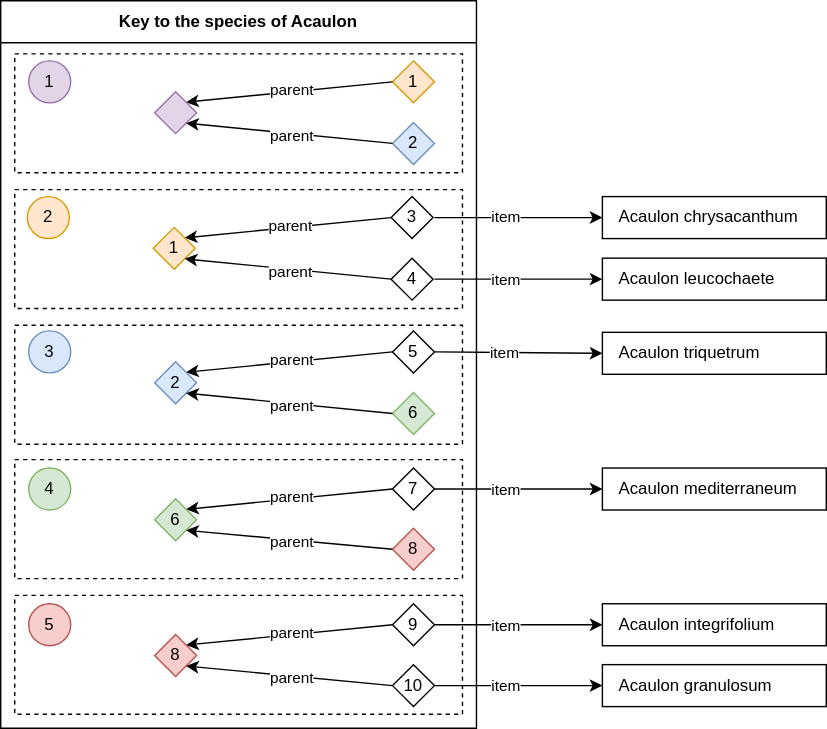
Earlier version of the draw.io export docs/media/bracketed-key.drawio.svg (rbgvictoria/keybase_model). Source tidied: cells renumbered, new cells last; positions are measured from the earlier drawing's top-left corner, leaving out a move shared by most shapes.
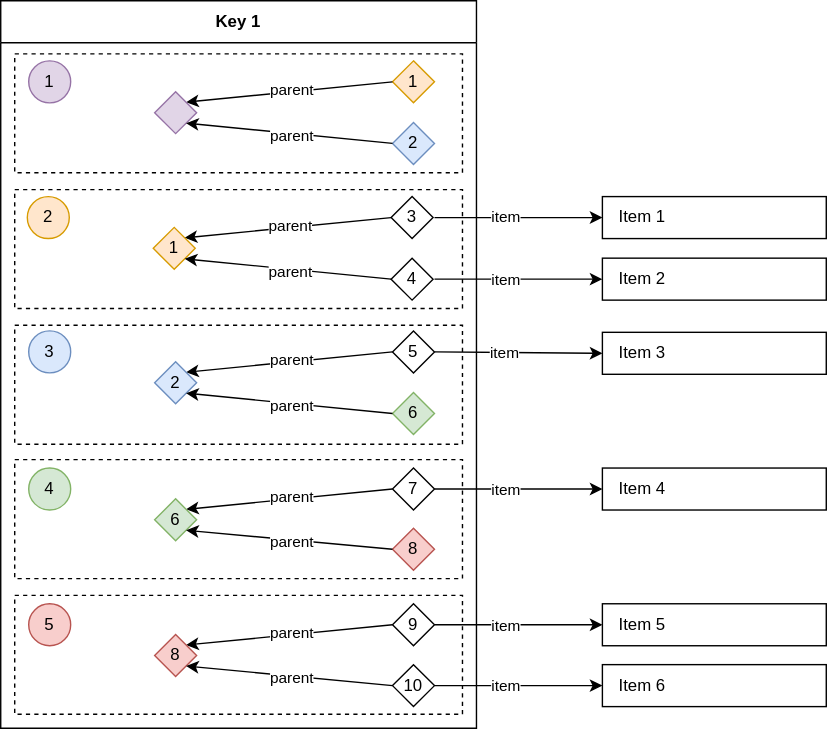
After the commit.

What changed in the source:
```diff
@@ -2,7 +2,7 @@
   <root>
     <mxCell id="0" />
     <mxCell id="1" parent="0" />
-    <mxCell id="2" value="Key to the species of Acaulon" style="swimlane;whiteSpace=wrap;html=1;startSize=30;" parent="1" vertex="1">
+    <mxCell id="2" value="Key 1" style="swimlane;whiteSpace=wrap;html=1;startSize=30;" parent="1" vertex="1">
       <mxGeometry width="340" height="520" as="geometry" />
     </mxCell>
     <mxCell id="3" style="rounded=0;whiteSpace=wrap;html=1;fillColor=none;dashed=1;" parent="2" vertex="1">
@@ -62,7 +62,7 @@
         <mxPoint x="-14" as="offset" />
       </mxGeometry>
     </mxCell>
-    <mxCell id="20" value="Acaulon chrysacanthum" style="rounded=0;whiteSpace=wrap;html=1;align=left;spacingLeft=10;strokeColor=default;fillColor=none;" parent="2" vertex="1">
+    <mxCell id="20" value="Item 1" style="rounded=0;whiteSpace=wrap;html=1;align=left;spacingLeft=10;strokeColor=default;fillColor=none;" parent="2" vertex="1">
       <mxGeometry x="430" y="140" width="160" height="30" as="geometry" />
     </mxCell>
     <mxCell id="21" style="endArrow=classic;html=1;rounded=0;entryX=0;entryY=0.5;entryDx=0;entryDy=0;" parent="2" edge="1" target="20">
@@ -89,7 +89,7 @@
         <mxPoint x="-14" as="offset" />
       </mxGeometry>
     </mxCell>
-    <mxCell id="27" value="Acaulon leucochaete" style="rounded=0;whiteSpace=wrap;html=1;align=left;spacingLeft=10;strokeColor=default;fillColor=none;" parent="2" vertex="1">
+    <mxCell id="27" value="Item 2" style="rounded=0;whiteSpace=wrap;html=1;align=left;spacingLeft=10;strokeColor=default;fillColor=none;" parent="2" vertex="1">
       <mxGeometry x="430" y="184" width="160" height="30" as="geometry" />
     </mxCell>
     <mxCell id="28" style="endArrow=classic;html=1;rounded=0;entryX=0;entryY=0.5;entryDx=0;entryDy=0;" parent="2" edge="1" target="27">
@@ -103,7 +103,7 @@
     <mxCell id="30" value="3" style="ellipse;whiteSpace=wrap;html=1;fillColor=#dae8fc;strokeColor=#6c8ebf;" parent="2" vertex="1">
       <mxGeometry x="20" y="236" width="30" height="30" as="geometry" />
     </mxCell>
-    <mxCell id="31" value="Acaulon triquetrum" style="rounded=0;whiteSpace=wrap;html=1;align=left;spacingLeft=10;strokeColor=default;fillColor=none;" parent="2" vertex="1">
+    <mxCell id="31" value="Item 3" style="rounded=0;whiteSpace=wrap;html=1;align=left;spacingLeft=10;strokeColor=default;fillColor=none;" parent="2" vertex="1">
       <mxGeometry x="430" y="237" width="160" height="30" as="geometry" />
     </mxCell>
     <mxCell id="32" value="5" style="rhombus;whiteSpace=wrap;html=1;" parent="2" vertex="1">
@@ -140,7 +140,7 @@
     <mxCell id="41" value="4" style="ellipse;whiteSpace=wrap;html=1;fillColor=#d5e8d4;strokeColor=#82b366;" parent="2" vertex="1">
       <mxGeometry x="20" y="334" width="30" height="30" as="geometry" />
     </mxCell>
-    <mxCell id="42" value="Acaulon mediterraneum" style="rounded=0;whiteSpace=wrap;html=1;align=left;spacingLeft=10;strokeColor=default;fillColor=none;" parent="2" vertex="1">
+    <mxCell id="42" value="Item 4" style="rounded=0;whiteSpace=wrap;html=1;align=left;spacingLeft=10;strokeColor=default;fillColor=none;" parent="2" vertex="1">
       <mxGeometry x="430" y="334" width="160" height="30" as="geometry" />
     </mxCell>
     <mxCell id="43" value="7" style="rhombus;whiteSpace=wrap;html=1;" parent="2" vertex="1">
@@ -177,7 +177,7 @@
     <mxCell id="52" value="5" style="ellipse;whiteSpace=wrap;html=1;fillColor=#f8cecc;strokeColor=#b85450;" parent="2" vertex="1">
       <mxGeometry x="20" y="431" width="30" height="30" as="geometry" />
     </mxCell>
-    <mxCell id="53" value="Acaulon integrifolium" style="rounded=0;whiteSpace=wrap;html=1;align=left;spacingLeft=10;strokeColor=default;fillColor=none;" parent="2" vertex="1">
+    <mxCell id="53" value="Item 5" style="rounded=0;whiteSpace=wrap;html=1;align=left;spacingLeft=10;strokeColor=default;fillColor=none;" parent="2" vertex="1">
       <mxGeometry x="430" y="431" width="160" height="30" as="geometry" />
     </mxCell>
     <mxCell id="54" value="9" style="rhombus;whiteSpace=wrap;html=1;" parent="2" vertex="1">
@@ -197,7 +197,7 @@
     <mxCell id="58" value="item" style="edgeLabel;html=1;align=center;verticalAlign=middle;" parent="57" vertex="1">
       <mxGeometry x="-0.17" relative="1" as="geometry" />
     </mxCell>
-    <mxCell id="59" value="Acaulon granulosum" style="rounded=0;whiteSpace=wrap;html=1;align=left;spacingLeft=10;strokeColor=default;fillColor=none;" parent="2" vertex="1">
+    <mxCell id="59" value="Item 6" style="rounded=0;whiteSpace=wrap;html=1;align=left;spacingLeft=10;strokeColor=default;fillColor=none;" parent="2" vertex="1">
       <mxGeometry x="430" y="474.5" width="160" height="30" as="geometry" />
     </mxCell>
     <mxCell id="60" value="8" style="rhombus;whiteSpace=wrap;html=1;fillColor=#f8cecc;strokeColor=#b85450;" parent="2" vertex="1">
```
